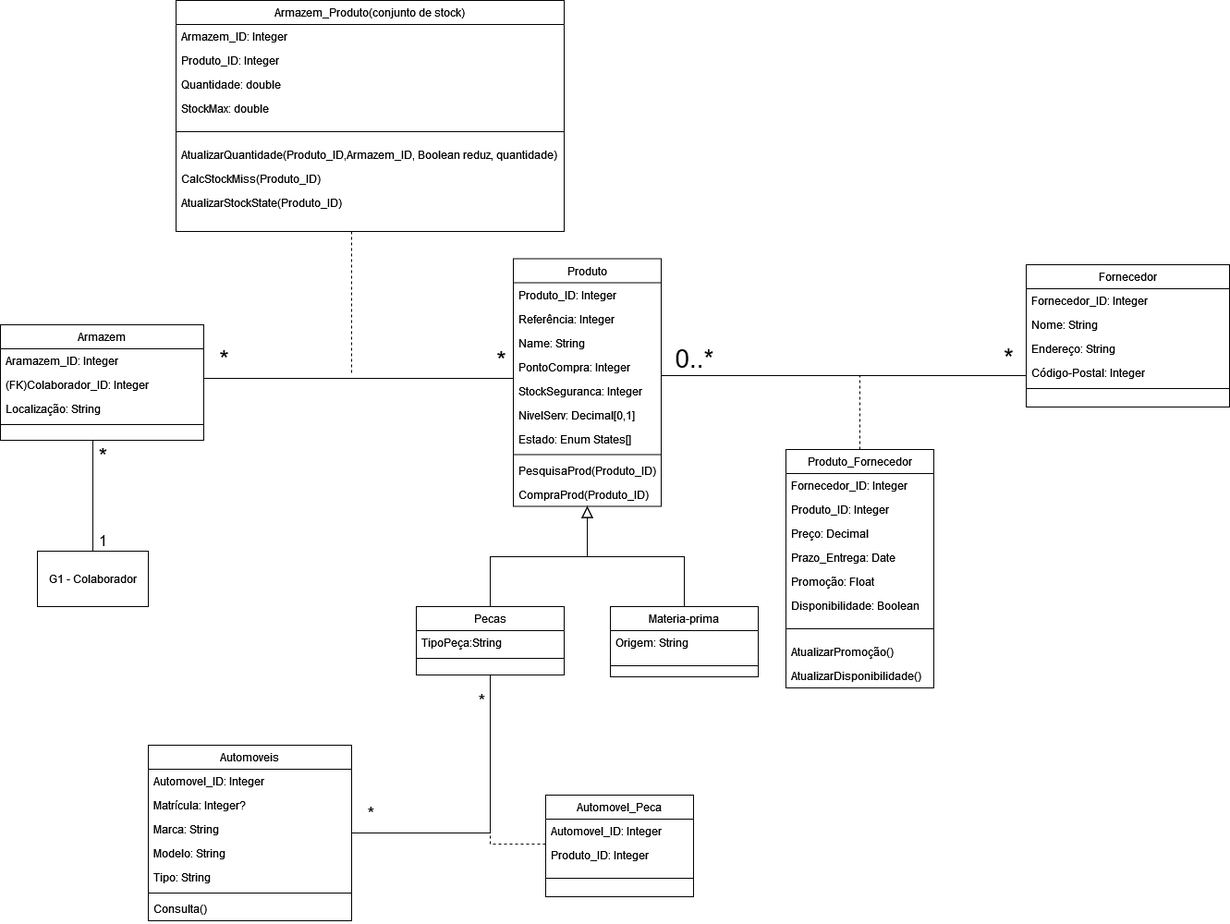
This is wwwroot/documents/Grupo2/RicardoAndrade/DiagramaClasse_CompraFornecedor_RicardoAndrade_1705258.png from noellopes/CarManufactoring, a draw.io export, as it was before one commit. Source tidied: cells renumbered, new cells last; positions are measured from the earlier drawing's top-left corner, leaving out a move shared by most shapes.
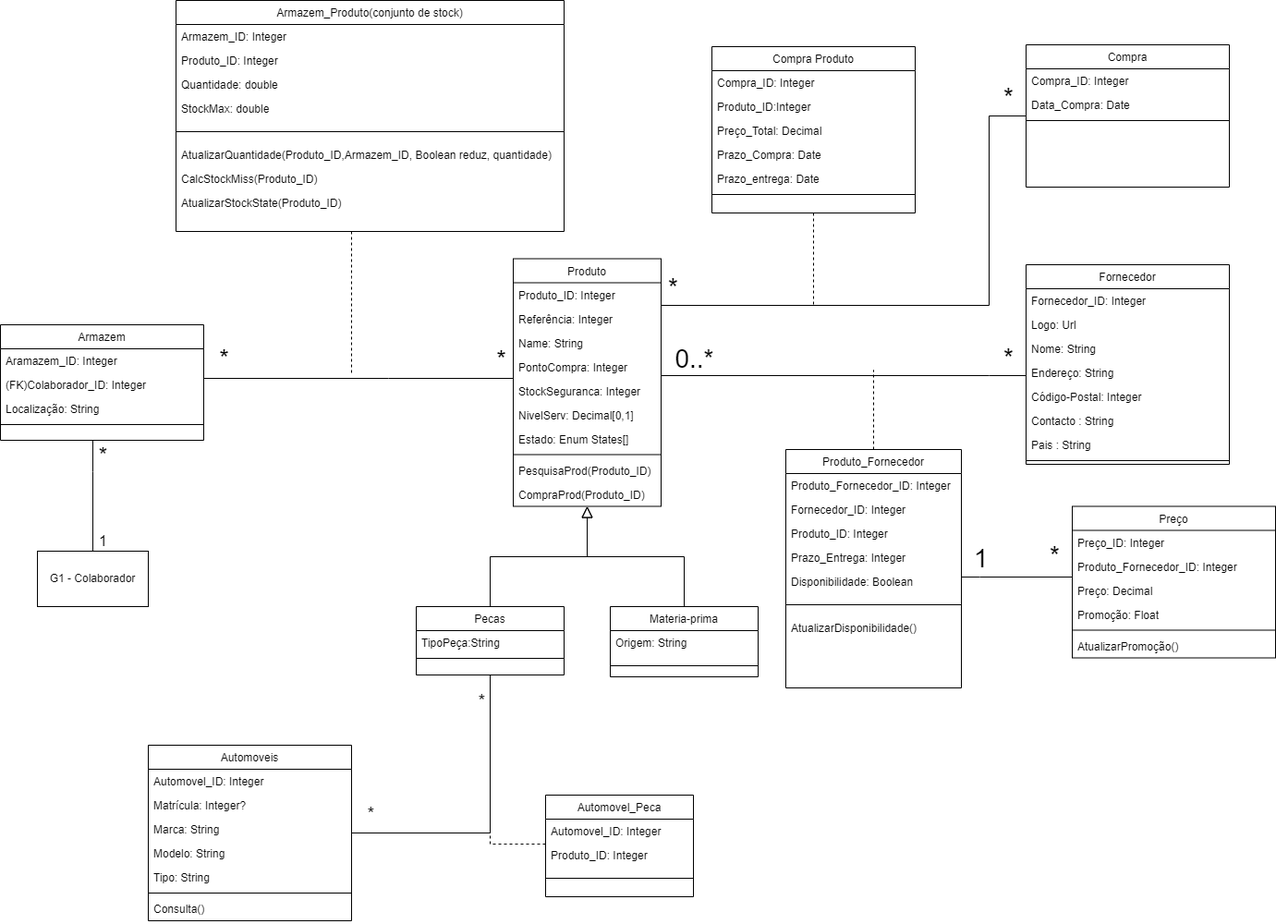
Above is the later version.

What changed in the source:
```diff
@@ -2,6 +2,24 @@
   <root>
     <mxCell id="0" />
     <mxCell id="1" parent="0" />
+    <mxCell id="79" style="edgeStyle=orthogonalEdgeStyle;rounded=0;jettySize=auto;html=1;endArrow=none;endFill=0;" parent="1" edge="1" source="2" target="97">
+      <mxGeometry relative="1" as="geometry">
+        <Array as="points">
+          <mxPoint x="1070" y="330" />
+          <mxPoint x="1070" y="125" />
+        </Array>
+      </mxGeometry>
+    </mxCell>
+    <mxCell id="80" value="&lt;font style=&quot;font-size: 28px;&quot;&gt;*&lt;/font&gt;" style="edgeLabel;html=1;align=center;verticalAlign=middle;" parent="79" vertex="1">
+      <mxGeometry x="0.69" y="1" relative="1" as="geometry">
+        <mxPoint x="21" y="-74" as="offset" />
+      </mxGeometry>
+    </mxCell>
+    <mxCell id="81" value="&lt;font style=&quot;font-size: 28px;&quot;&gt;*&lt;/font&gt;" style="edgeLabel;html=1;align=center;verticalAlign=middle;fontSize=28;" parent="79" vertex="1">
+      <mxGeometry x="-0.33" y="-1" relative="1" as="geometry">
+        <mxPoint x="-188" y="-21" as="offset" />
+      </mxGeometry>
+    </mxCell>
     <mxCell id="2" value="Produto" style="swimlane;fontStyle=0;align=center;verticalAlign=top;horizontal=1;startSize=26;rounded=0;shadow=0;strokeWidth=1;" parent="1" vertex="1">
       <mxGeometry x="555" y="279.5" width="160" height="268" as="geometry" />
     </mxCell>
@@ -60,22 +78,31 @@
       <mxGeometry relative="1" as="geometry" />
     </mxCell>
     <mxCell id="21" value="Fornecedor" style="swimlane;fontStyle=0;align=center;verticalAlign=top;horizontal=1;startSize=26;rounded=0;shadow=0;strokeWidth=1;" parent="1" vertex="1">
-      <mxGeometry x="1110" y="286" width="220" height="154" as="geometry" />
+      <mxGeometry x="1110" y="286" width="220" height="216" as="geometry" />
     </mxCell>
     <mxCell id="22" value="Fornecedor_ID: Integer" style="text;align=left;verticalAlign=top;spacingLeft=4;spacingRight=4;overflow=hidden;rounded=0;shadow=0;html=0;" parent="21" vertex="1">
       <mxGeometry y="26" width="220" height="26" as="geometry" />
     </mxCell>
+    <mxCell id="82" value="Logo: Url" style="text;align=left;verticalAlign=top;spacingLeft=4;spacingRight=4;overflow=hidden;rounded=0;shadow=0;html=0;" parent="21" vertex="1">
+      <mxGeometry y="52" width="220" height="26" as="geometry" />
+    </mxCell>
     <mxCell id="23" value="Nome: String" style="text;align=left;verticalAlign=top;spacingLeft=4;spacingRight=4;overflow=hidden;" parent="21" vertex="1">
-      <mxGeometry y="52" width="220" height="26" as="geometry" />
+      <mxGeometry y="78" width="220" height="26" as="geometry" />
     </mxCell>
     <mxCell id="24" value="Endereço: String" style="text;align=left;verticalAlign=top;spacingLeft=4;spacingRight=4;overflow=hidden;rounded=0;shadow=0;html=0;" parent="21" vertex="1">
-      <mxGeometry y="78" width="220" height="26" as="geometry" />
+      <mxGeometry y="104" width="220" height="26" as="geometry" />
     </mxCell>
     <mxCell id="25" value="Código-Postal: Integer" style="text;align=left;verticalAlign=top;spacingLeft=4;spacingRight=4;overflow=hidden;rounded=0;shadow=0;html=0;" parent="21" vertex="1">
-      <mxGeometry y="104" width="220" height="26" as="geometry" />
+      <mxGeometry y="130" width="220" height="26" as="geometry" />
     </mxCell>
+    <mxCell id="83" value="Contacto : String" style="text;align=left;verticalAlign=top;spacingLeft=4;spacingRight=4;overflow=hidden;rounded=0;shadow=0;html=0;" parent="21" vertex="1">
+      <mxGeometry y="156" width="220" height="26" as="geometry" />
+    </mxCell>
+    <mxCell id="84" value="Pais : String" style="text;align=left;verticalAlign=top;spacingLeft=4;spacingRight=4;overflow=hidden;rounded=0;shadow=0;html=0;" parent="21" vertex="1">
+      <mxGeometry y="182" width="220" height="26" as="geometry" />
+    </mxCell>
     <mxCell id="26" style="line;html=1;strokeWidth=1;align=left;verticalAlign=middle;spacingTop=-1;spacingLeft=3;spacingRight=3;labelPosition=right;" parent="21" vertex="1">
-      <mxGeometry y="130" width="220" height="8" as="geometry" />
+      <mxGeometry y="208" width="220" height="8" as="geometry" />
     </mxCell>
     <mxCell id="27" style="edgeStyle=orthogonalEdgeStyle;rounded=0;jettySize=auto;html=1;fontSize=28;endArrow=none;endFill=0;strokeColor=default;" parent="1" edge="1" source="21" target="2">
       <mxGeometry relative="1" as="geometry">
@@ -95,39 +122,51 @@
         <mxPoint x="116" y="-25" as="offset" />
       </mxGeometry>
     </mxCell>
+    <mxCell id="85" style="edgeStyle=orthogonalEdgeStyle;rounded=0;jettySize=auto;html=1;fontSize=28;endArrow=none;endFill=0;" parent="1" edge="1" source="30" target="101">
+      <mxGeometry relative="1" as="geometry">
+        <Array as="points">
+          <mxPoint x="1060" y="624" />
+          <mxPoint x="1060" y="624" />
+        </Array>
+      </mxGeometry>
+    </mxCell>
+    <mxCell id="86" value="1" style="edgeLabel;html=1;align=center;verticalAlign=middle;fontSize=28;" parent="85" vertex="1">
+      <mxGeometry x="-0.2" relative="1" as="geometry">
+        <mxPoint x="-28" y="-21" as="offset" />
+      </mxGeometry>
+    </mxCell>
+    <mxCell id="87" value="*" style="edgeLabel;html=1;align=center;verticalAlign=middle;fontSize=28;" parent="85" vertex="1">
+      <mxGeometry x="0.22" relative="1" as="geometry">
+        <mxPoint x="27" y="-24" as="offset" />
+      </mxGeometry>
+    </mxCell>
     <mxCell id="30" value="Produto_Fornecedor" style="swimlane;fontStyle=0;align=center;verticalAlign=top;horizontal=1;startSize=26;rounded=0;shadow=0;strokeWidth=1;" parent="1" vertex="1">
-      <mxGeometry x="850" y="486" width="160" height="258" as="geometry" />
+      <mxGeometry x="850" y="486" width="190" height="258" as="geometry" />
     </mxCell>
+    <mxCell id="88" value="Produto_Fornecedor_ID: Integer" style="text;align=left;verticalAlign=top;spacingLeft=4;spacingRight=4;overflow=hidden;rounded=0;shadow=0;html=0;" parent="30" vertex="1">
+      <mxGeometry y="26" width="190" height="26" as="geometry" />
+    </mxCell>
     <mxCell id="31" value="Fornecedor_ID: Integer" style="text;align=left;verticalAlign=top;spacingLeft=4;spacingRight=4;overflow=hidden;rounded=0;shadow=0;html=0;" parent="30" vertex="1">
-      <mxGeometry y="26" width="160" height="26" as="geometry" />
+      <mxGeometry y="52" width="190" height="26" as="geometry" />
     </mxCell>
     <mxCell id="32" value="Produto_ID: Integer" style="text;align=left;verticalAlign=top;spacingLeft=4;spacingRight=4;overflow=hidden;rounded=0;shadow=0;html=0;" parent="30" vertex="1">
-      <mxGeometry y="52" width="160" height="26" as="geometry" />
+      <mxGeometry y="78" width="190" height="26" as="geometry" />
     </mxCell>
-    <mxCell id="33" value="Preço: Decimal" style="text;align=left;verticalAlign=top;spacingLeft=4;spacingRight=4;overflow=hidden;" parent="30" vertex="1">
-      <mxGeometry y="78" width="160" height="26" as="geometry" />
-    </mxCell>
-    <mxCell id="34" value="Prazo_Entrega: Date" style="text;align=left;verticalAlign=top;spacingLeft=4;spacingRight=4;overflow=hidden;" parent="30" vertex="1">
-      <mxGeometry y="104" width="160" height="26" as="geometry" />
+    <mxCell id="34" value="Prazo_Entrega: Integer" style="text;align=left;verticalAlign=top;spacingLeft=4;spacingRight=4;overflow=hidden;" parent="30" vertex="1">
+      <mxGeometry y="104" width="190" height="26" as="geometry" />
     </mxCell>
-    <mxCell id="35" value="Promoção: Float" style="text;align=left;verticalAlign=top;spacingLeft=4;spacingRight=4;overflow=hidden;" parent="30" vertex="1">
-      <mxGeometry y="130" width="160" height="26" as="geometry" />
-    </mxCell>
     <mxCell id="36" value="Disponibilidade: Boolean" style="text;align=left;verticalAlign=top;spacingLeft=4;spacingRight=4;overflow=hidden;" parent="30" vertex="1">
-      <mxGeometry y="156" width="160" height="26" as="geometry" />
+      <mxGeometry y="130" width="190" height="26" as="geometry" />
     </mxCell>
     <mxCell id="37" style="line;html=1;strokeWidth=1;align=left;verticalAlign=middle;spacingTop=-1;spacingLeft=3;spacingRight=3;labelPosition=right;" parent="30" vertex="1">
-      <mxGeometry y="182" width="160" height="24" as="geometry" />
+      <mxGeometry y="156" width="190" height="24" as="geometry" />
     </mxCell>
-    <mxCell id="38" value="AtualizarPromoção()" style="text;align=left;verticalAlign=top;spacingLeft=4;spacingRight=4;overflow=hidden;" parent="30" vertex="1">
-      <mxGeometry y="206" width="160" height="26" as="geometry" />
-    </mxCell>
     <mxCell id="39" value="AtualizarDisponibilidade()" style="text;align=left;verticalAlign=top;spacingLeft=4;spacingRight=4;overflow=hidden;" parent="30" vertex="1">
-      <mxGeometry y="232" width="160" height="26" as="geometry" />
+      <mxGeometry y="180" width="190" height="26" as="geometry" />
     </mxCell>
     <mxCell id="40" style="endArrow=none;dashed=1;html=1;rounded=0;strokeColor=default;exitX=0.5;exitY=0;exitDx=0;exitDy=0;" parent="1" edge="1" source="30">
       <mxGeometry relative="1" as="geometry">
-        <mxPoint x="930" y="406" as="targetPoint" />
+        <mxPoint x="945" y="400" as="targetPoint" />
       </mxGeometry>
     </mxCell>
     <mxCell id="41" value="Armazem" style="swimlane;fontStyle=0;align=center;verticalAlign=top;horizontal=1;startSize=26;rounded=0;shadow=0;strokeWidth=1;" parent="1" vertex="1">
@@ -277,5 +316,64 @@
     <mxCell id="78" value="G1 - Colaborador" style="rounded=0;whiteSpace=wrap;html=1;" parent="1" vertex="1">
       <mxGeometry x="40" y="596" width="120" height="60" as="geometry" />
     </mxCell>
+    <mxCell id="89" style="edgeStyle=orthogonalEdgeStyle;rounded=0;jettySize=auto;html=1;fontSize=28;endArrow=none;endFill=0;dashed=1;" parent="1" edge="1" source="90">
+      <mxGeometry relative="1" as="geometry">
+        <mxPoint x="880" y="330" as="targetPoint" />
+      </mxGeometry>
+    </mxCell>
+    <mxCell id="90" value="Compra Produto" style="swimlane;fontStyle=0;align=center;verticalAlign=top;horizontal=1;startSize=26;rounded=0;shadow=0;strokeWidth=1;" parent="1" vertex="1">
+      <mxGeometry x="770" y="50" width="220" height="180" as="geometry" />
+    </mxCell>
+    <mxCell id="91" value="Compra_ID: Integer" style="text;align=left;verticalAlign=top;spacingLeft=4;spacingRight=4;overflow=hidden;rounded=0;shadow=0;html=0;" parent="90" vertex="1">
+      <mxGeometry y="26" width="220" height="26" as="geometry" />
+    </mxCell>
+    <mxCell id="92" value="Produto_ID:Integer" style="text;align=left;verticalAlign=top;spacingLeft=4;spacingRight=4;overflow=hidden;" parent="90" vertex="1">
+      <mxGeometry y="52" width="220" height="26" as="geometry" />
+    </mxCell>
+    <mxCell id="93" value="Preço_Total: Decimal" style="text;align=left;verticalAlign=top;spacingLeft=4;spacingRight=4;overflow=hidden;rounded=0;shadow=0;html=0;" parent="90" vertex="1">
+      <mxGeometry y="78" width="220" height="26" as="geometry" />
+    </mxCell>
+    <mxCell id="94" value="Prazo_Compra: Date" style="text;align=left;verticalAlign=top;spacingLeft=4;spacingRight=4;overflow=hidden;rounded=0;shadow=0;html=0;" parent="90" vertex="1">
+      <mxGeometry y="104" width="220" height="26" as="geometry" />
+    </mxCell>
+    <mxCell id="95" value="Prazo_entrega: Date" style="text;align=left;verticalAlign=top;spacingLeft=4;spacingRight=4;overflow=hidden;rounded=0;shadow=0;html=0;" parent="90" vertex="1">
+      <mxGeometry y="130" width="220" height="26" as="geometry" />
+    </mxCell>
+    <mxCell id="96" style="line;html=1;strokeWidth=1;align=left;verticalAlign=middle;spacingTop=-1;spacingLeft=3;spacingRight=3;labelPosition=right;" parent="90" vertex="1">
+      <mxGeometry y="156" width="220" height="8" as="geometry" />
+    </mxCell>
+    <mxCell id="97" value="Compra" style="swimlane;fontStyle=0;align=center;verticalAlign=top;horizontal=1;startSize=26;rounded=0;shadow=0;strokeWidth=1;" parent="1" vertex="1">
+      <mxGeometry x="1110" y="48" width="220" height="154" as="geometry" />
+    </mxCell>
+    <mxCell id="98" value="Compra_ID: Integer" style="text;align=left;verticalAlign=top;spacingLeft=4;spacingRight=4;overflow=hidden;rounded=0;shadow=0;html=0;" parent="97" vertex="1">
+      <mxGeometry y="26" width="220" height="26" as="geometry" />
+    </mxCell>
+    <mxCell id="99" value="Data_Compra: Date" style="text;align=left;verticalAlign=top;spacingLeft=4;spacingRight=4;overflow=hidden;" parent="97" vertex="1">
+      <mxGeometry y="52" width="220" height="26" as="geometry" />
+    </mxCell>
+    <mxCell id="100" style="line;html=1;strokeWidth=1;align=left;verticalAlign=middle;spacingTop=-1;spacingLeft=3;spacingRight=3;labelPosition=right;" parent="97" vertex="1">
+      <mxGeometry y="78" width="220" height="8" as="geometry" />
+    </mxCell>
+    <mxCell id="101" value="Preço" style="swimlane;fontStyle=0;align=center;verticalAlign=top;horizontal=1;startSize=26;rounded=0;shadow=0;strokeWidth=1;" parent="1" vertex="1">
+      <mxGeometry x="1160" y="547.5" width="220" height="164" as="geometry" />
+    </mxCell>
+    <mxCell id="102" value="Preço_ID: Integer" style="text;align=left;verticalAlign=top;spacingLeft=4;spacingRight=4;overflow=hidden;rounded=0;shadow=0;html=0;" parent="101" vertex="1">
+      <mxGeometry y="26" width="220" height="26" as="geometry" />
+    </mxCell>
+    <mxCell id="103" value="Produto_Fornecedor_ID: Integer" style="text;align=left;verticalAlign=top;spacingLeft=4;spacingRight=4;overflow=hidden;rounded=0;shadow=0;html=0;" parent="101" vertex="1">
+      <mxGeometry y="52" width="220" height="26" as="geometry" />
+    </mxCell>
+    <mxCell id="33" value="Preço: Decimal" style="text;align=left;verticalAlign=top;spacingLeft=4;spacingRight=4;overflow=hidden;" parent="101" vertex="1">
+      <mxGeometry y="78" width="220" height="26" as="geometry" />
+    </mxCell>
+    <mxCell id="35" value="Promoção: Float" style="text;align=left;verticalAlign=top;spacingLeft=4;spacingRight=4;overflow=hidden;" parent="101" vertex="1">
+      <mxGeometry y="104" width="220" height="26" as="geometry" />
+    </mxCell>
+    <mxCell id="104" style="line;html=1;strokeWidth=1;align=left;verticalAlign=middle;spacingTop=-1;spacingLeft=3;spacingRight=3;labelPosition=right;" parent="101" vertex="1">
+      <mxGeometry y="130" width="220" height="8" as="geometry" />
+    </mxCell>
+    <mxCell id="38" value="AtualizarPromoção()" style="text;align=left;verticalAlign=top;spacingLeft=4;spacingRight=4;overflow=hidden;" parent="101" vertex="1">
+      <mxGeometry y="138" width="220" height="26" as="geometry" />
+    </mxCell>
   </root>
 </mxGraphModel>
```
